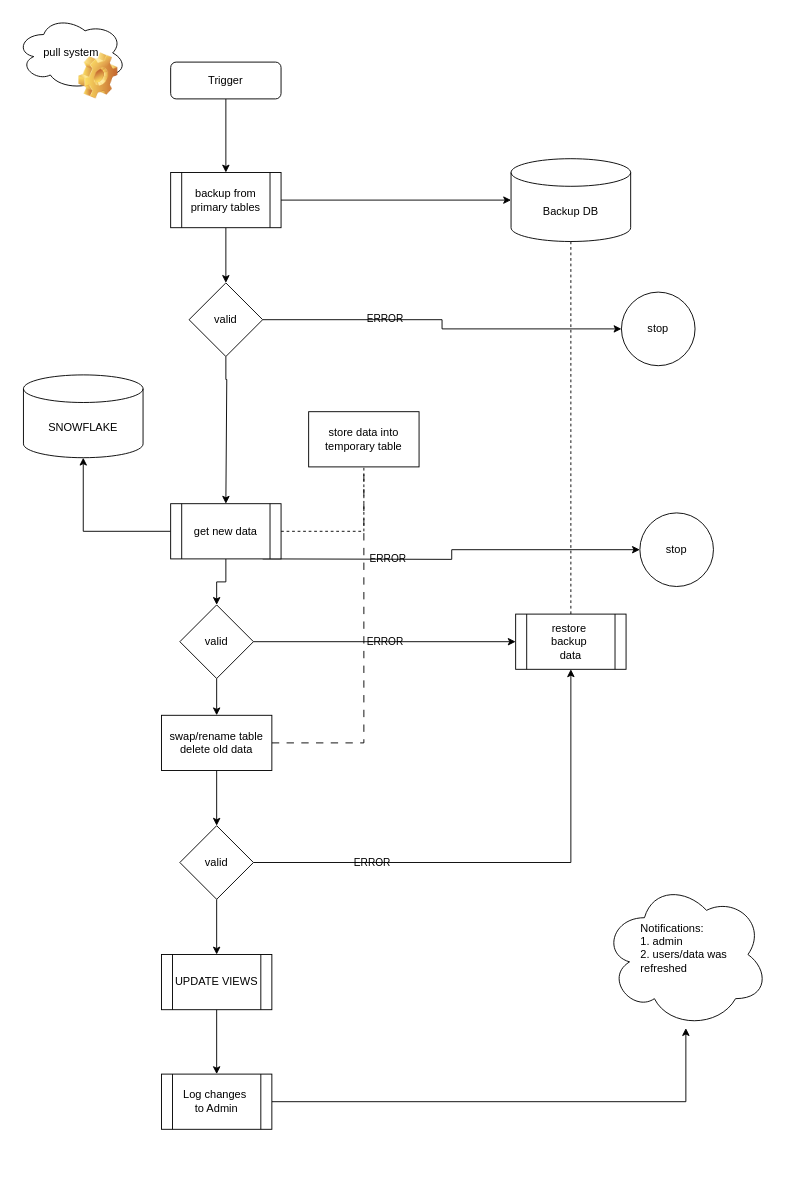
LuciOroles/carbee keeps this draw.io diagram as tmp/import-and-backup.drawio. Above is the earlier version. Source tidied: cells renumbered, new cells numbered last; positions are measured from the earlier drawing's top-left corner, leaving out a move shared by most shapes. Both pictures are drawn from the tidied source at 92%, with x=0, y=0 at pixel (16, 16).
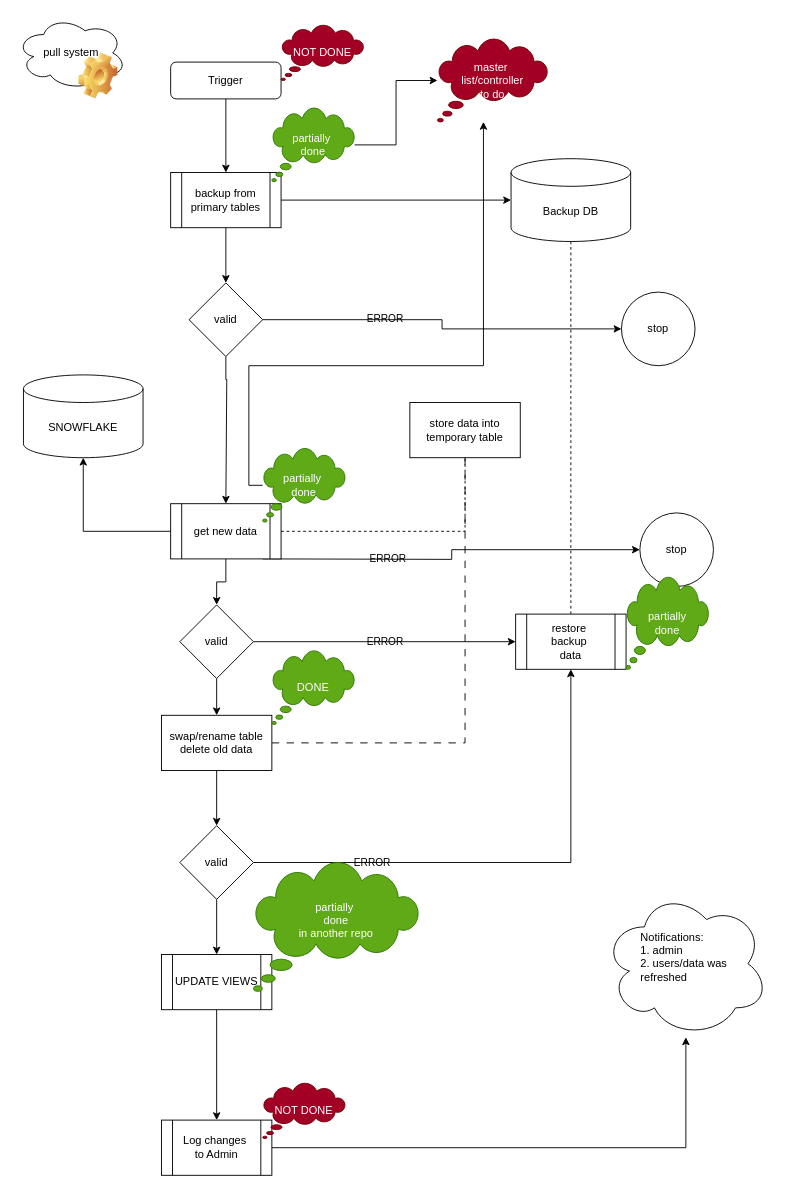
The same diagram, later.

Commit message:
add progress notes

Change to the diagram source:
```diff
@@
     <mxCell id="28" value="Log changes&amp;nbsp;&lt;div&gt;to Admin&lt;/div&gt;" style="shape=process;whiteSpace=wrap;html=1;backgroundOutline=1;labelBackgroundColor=none;" parent="1" vertex="1">
-      <mxGeometry x="158" y="1150" width="120" height="60" as="geometry" />
+      <mxGeometry x="158" y="1200" width="120" height="60" as="geometry" />
     </mxCell>
@@
     <mxCell id="31" value="&lt;blockquote style=&quot;margin: 0 0 0 40px; border: none; padding: 0px;&quot;&gt;&lt;div style=&quot;text-align: left;&quot;&gt;Notifications:&lt;/div&gt;&lt;div style=&quot;text-align: left;&quot;&gt;1. admin&lt;/div&gt;&lt;div style=&quot;text-align: left;&quot;&gt;2. users/data was refreshed&lt;/div&gt;&lt;/blockquote&gt;&lt;div&gt;&lt;br&gt;&lt;/div&gt;" style="ellipse;shape=cloud;whiteSpace=wrap;html=1;labelBackgroundColor=none;" parent="1" vertex="1">
-      <mxGeometry x="638" y="940" width="180" height="160" as="geometry" />
+      <mxGeometry x="638" y="950" width="180" height="160" as="geometry" />
     </mxCell>
@@
     <mxCell id="35" value="store data into temporary table" style="whiteSpace=wrap;html=1;labelBackgroundColor=none;" parent="1" vertex="1">
-      <mxGeometry x="318" y="430" width="120" height="60" as="geometry" />
+      <mxGeometry x="428" y="420" width="120" height="60" as="geometry" />
     </mxCell>
@@
+    <mxCell id="43" value="NOT DONE" style="whiteSpace=wrap;html=1;shape=mxgraph.basic.cloud_callout;fillColor=#a20025;fontColor=#ffffff;strokeColor=#6F0000;" parent="1" vertex="1">
+      <mxGeometry x="288" y="10" width="90" height="60" as="geometry" />
+    </mxCell>
+    <mxCell id="44" style="edgeStyle=orthogonalEdgeStyle;rounded=0;jettySize=auto;html=1;" parent="1" edge="1" source="45" target="46">
+      <mxGeometry relative="1" as="geometry" />
+    </mxCell>
+    <mxCell id="45" value="partially&amp;nbsp;&lt;div&gt;done&lt;/div&gt;" style="whiteSpace=wrap;html=1;shape=mxgraph.basic.cloud_callout;fillColor=#60a917;fontColor=#ffffff;strokeColor=#2D7600;" parent="1" vertex="1">
+      <mxGeometry x="278" y="100" width="90" height="80" as="geometry" />
+    </mxCell>
+    <mxCell id="46" value="master&amp;nbsp;&lt;div&gt;list/controller&lt;/div&gt;&lt;div&gt;to do&lt;/div&gt;" style="whiteSpace=wrap;html=1;shape=mxgraph.basic.cloud_callout;fillColor=#a20025;fontColor=#ffffff;strokeColor=#6F0000;" parent="1" vertex="1">
+      <mxGeometry x="458" y="25" width="120" height="90" as="geometry" />
+    </mxCell>
+    <mxCell id="47" style="edgeStyle=orthogonalEdgeStyle;rounded=0;jettySize=auto;html=1;" parent="1" edge="1" source="48" target="46">
+      <mxGeometry relative="1" as="geometry">
+        <Array as="points">
+          <mxPoint x="253" y="380" />
+          <mxPoint x="508" y="380" />
+        </Array>
+      </mxGeometry>
+    </mxCell>
+    <mxCell id="48" value="partially&amp;nbsp;&lt;div&gt;done&lt;/div&gt;" style="whiteSpace=wrap;html=1;shape=mxgraph.basic.cloud_callout;fillColor=#60a917;fontColor=#ffffff;strokeColor=#2D7600;" parent="1" vertex="1">
+      <mxGeometry x="268" y="470" width="90" height="80" as="geometry" />
+    </mxCell>
+    <mxCell id="49" value="DONE" style="whiteSpace=wrap;html=1;shape=mxgraph.basic.cloud_callout;fillColor=#60a917;fontColor=#ffffff;strokeColor=#2D7600;" parent="1" vertex="1">
+      <mxGeometry x="278" y="690" width="90" height="80" as="geometry" />
+    </mxCell>
+    <mxCell id="50" value="partially&lt;div&gt;done&lt;/div&gt;" style="whiteSpace=wrap;html=1;shape=mxgraph.basic.cloud_callout;fillColor=#60a917;fontColor=#ffffff;strokeColor=#2D7600;" parent="1" vertex="1">
+      <mxGeometry x="663" y="610" width="90" height="100" as="geometry" />
+    </mxCell>
+    <mxCell id="51" value="partially&amp;nbsp;&lt;div&gt;done&lt;/div&gt;&lt;div&gt;in another repo&lt;/div&gt;&lt;div&gt;&lt;br&gt;&lt;/div&gt;" style="whiteSpace=wrap;html=1;shape=mxgraph.basic.cloud_callout;fillColor=#60a917;fontColor=#ffffff;strokeColor=#2D7600;" parent="1" vertex="1">
+      <mxGeometry x="258" y="920" width="180" height="140" as="geometry" />
+    </mxCell>
+    <mxCell id="52" value="NOT DONE" style="whiteSpace=wrap;html=1;shape=mxgraph.basic.cloud_callout;fillColor=#a20025;fontColor=#ffffff;strokeColor=#6F0000;" parent="1" vertex="1">
+      <mxGeometry x="268" y="1160" width="90" height="60" as="geometry" />
+    </mxCell>
```
